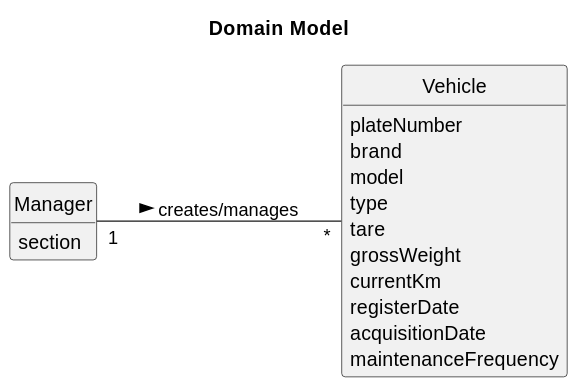
Earlier version of the PlantUML export docs/sprintA/us08/02.analysis/svg/us08-domain-model.svg (Paulo-Pereira-at-ISEP/lei-24-s2-1nanb-g321). Its diagram source:
```plantuml
@startuml
skinparam monochrome true
skinparam packageStyle rectangle
skinparam shadowing false

left to right direction

skinparam classAttributeIconSize 0

hide circle
hide methods

title Domain Model

class Manager {
    section
}

class Vehicle {
    plateNumber
    brand
    model
    type
    tare
    grossWeight
    currentKm
    registerDate
    acquisitionDate
    maintenanceFrequency
}

Manager "1" -- "*" Vehicle: creates/manages >
@enduml
```
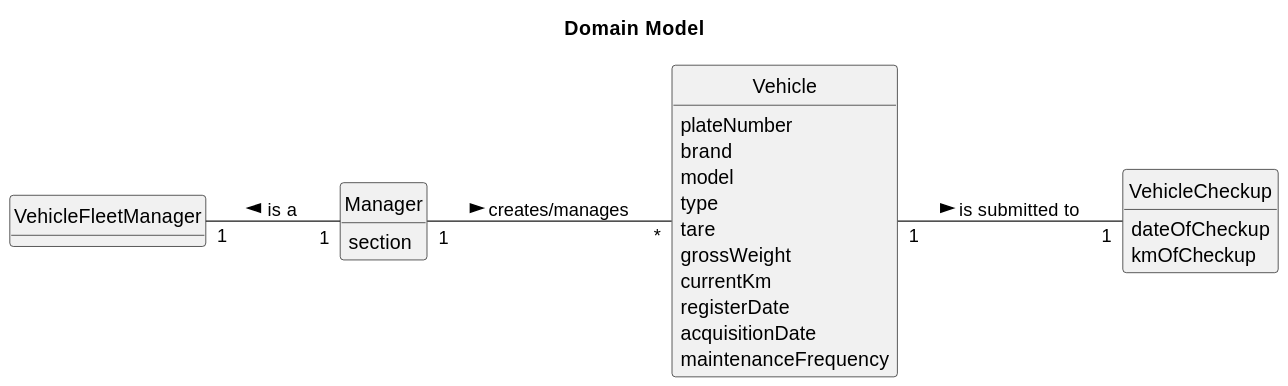
Later version of the same file.

Commit message:
LGGPM-49 - US08 domain model update

The edit, as a diff of the source:
```diff
@@ -11,6 +11,15 @@
 hide methods
 
 title Domain Model
+
+class VehicleFleetManager {
+
+}
+
+class VehicleCheckup{
+    dateOfCheckup
+    kmOfCheckup
+}
 
 class Manager {
     section
@@ -30,4 +39,6 @@
 }
 
 Manager "1" -- "*" Vehicle: creates/manages >
+Manager "1" --up "1" VehicleFleetManager: is a >
+Vehicle "1" -- "1" VehicleCheckup: is submitted to >
 @enduml
```
